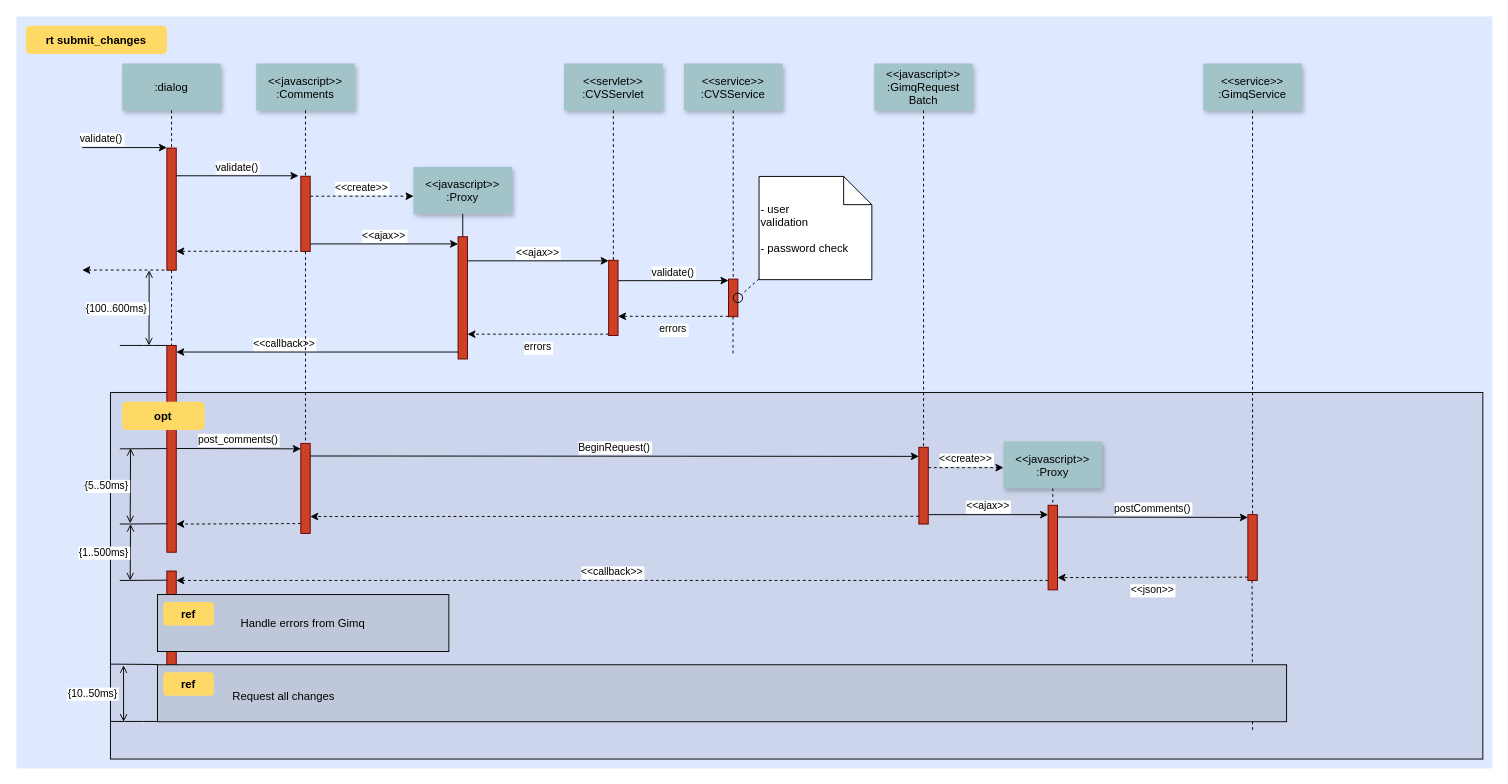
The draw.io diagram pasta/Diagrama sem nome.drawio in duducordeiro/draw, before the edit. Source tidied: cells renumbered, new cells numbered last; positions are measured from the earlier drawing's top-left corner, leaving out a move shared by most shapes. Both pictures are drawn from the tidied source at 94%, with x=0, y=0 at pixel (16, 16).
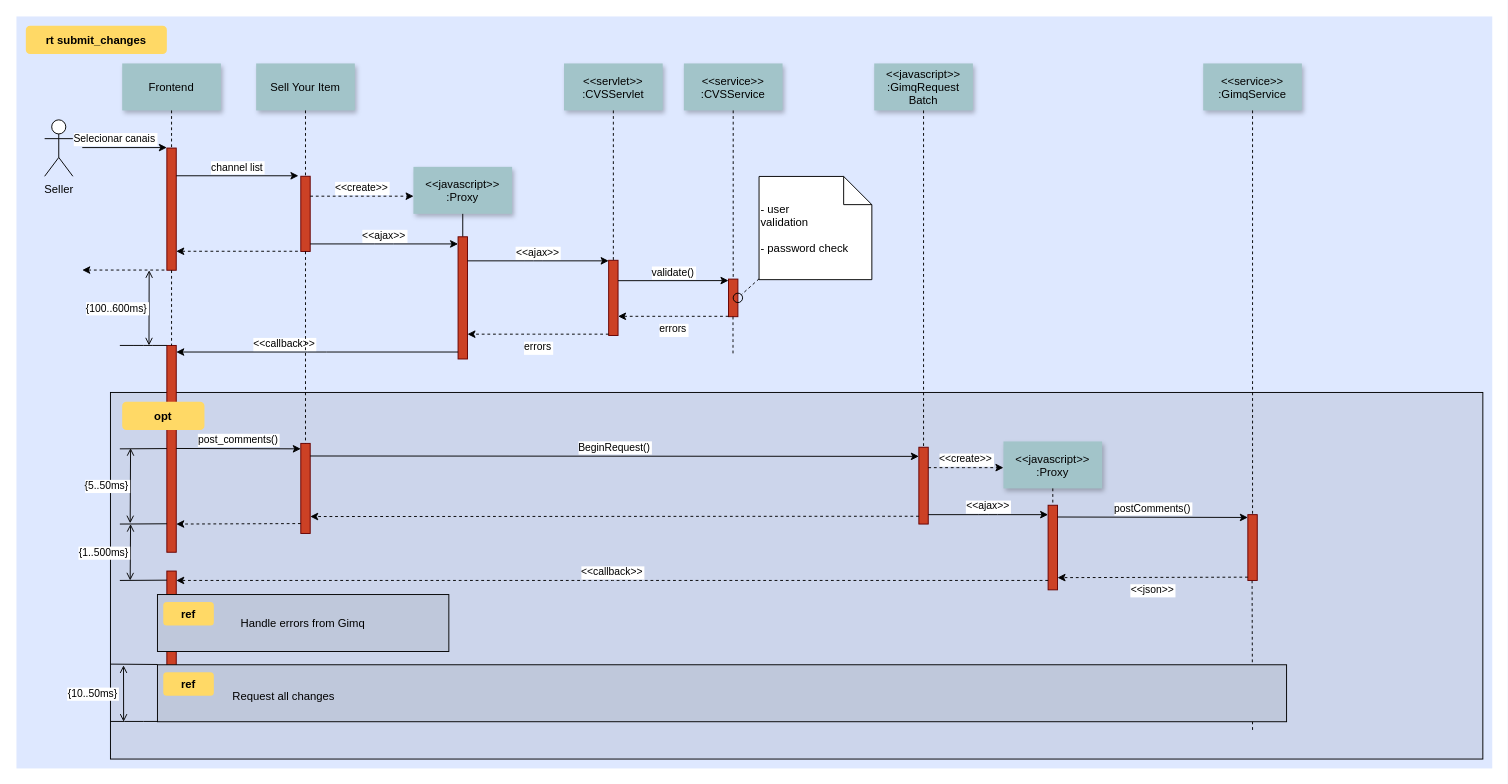
The same page after the edit.

Commit message:
Diagrama sequencia upload e descrição.drawio

What changed in the source:
```diff
@@
-    <mxCell id="6" value="validate()" style="edgeStyle=none;verticalLabelPosition=top;verticalAlign=bottom;labelPosition=left;align=right;" parent="1" edge="1">
-      <mxGeometry x="110" y="49.5" as="geometry">
+    <mxCell id="6" value="Selecionar canais" style="edgeStyle=none;verticalLabelPosition=top;verticalAlign=bottom;labelPosition=left;align=right;" parent="1" edge="1">
+      <mxGeometry as="geometry">
         <mxPoint x="70" y="139.5" as="sourcePoint" />
         <mxPoint x="160" y="139.5" as="targetPoint" />
+        <mxPoint x="35" as="offset" />
       </mxGeometry>
     </mxCell>
-    <mxCell id="7" value=":dialog" style="shadow=1;fillColor=#A2C4C9;strokeColor=none;" parent="1" vertex="1">
+    <mxCell id="7" value="Frontend" style="shadow=1;fillColor=#A2C4C9;strokeColor=none;" parent="1" vertex="1">
       <mxGeometry x="112.5" y="50" width="105" height="50" as="geometry" />
     </mxCell>
@@
-    <mxCell id="9" value="&lt;&lt;javascript&gt;&gt;&#10;:Comments" style="shadow=1;fillColor=#A2C4C9;strokeColor=none;" parent="1" vertex="1">
+    <mxCell id="9" value="Sell Your Item" style="shadow=1;fillColor=#A2C4C9;strokeColor=none;" parent="1" vertex="1">
       <mxGeometry x="255" y="50" width="105" height="50" as="geometry" />
     </mxCell>
@@
-    <mxCell id="11" value="validate()" style="edgeStyle=none;verticalLabelPosition=top;verticalAlign=bottom;" parent="1" edge="1">
+    <mxCell id="11" value="channel list" style="edgeStyle=none;verticalLabelPosition=top;verticalAlign=bottom;" parent="1" edge="1">
       <mxGeometry x="220" y="92" as="geometry">
         <mxPoint x="170" y="169.5" as="sourcePoint" />
         <mxPoint x="300" y="169.5" as="targetPoint" />
       </mxGeometry>
     </mxCell>
@@
+    <mxCell id="75" value="Seller" style="shape=umlActor;verticalLabelPosition=bottom;verticalAlign=top;html=1;" parent="1" vertex="1">
+      <mxGeometry x="30" y="110" width="30" height="60" as="geometry" />
+    </mxCell>
```
